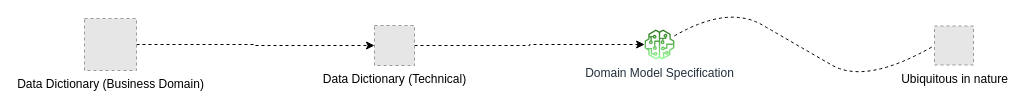
The draw.io diagram page "Domain Model Specification" (3 of 3) of domain-capabilities.drawio in amjathsharief/architecture, before the edit. Source tidied: cells renumbered, new cells numbered last; positions are measured from the earlier drawing's top-left corner, leaving out a move shared by most shapes. Both pictures are drawn from the tidied source at 100%, with x=0, y=0 at pixel (84, 18). Pictures stored in the file or linked from it are replaced by grey dashed boxes.
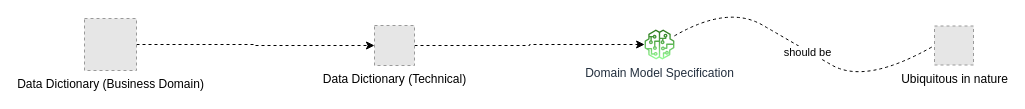
After the change.

Diff of the diagram source:
```diff
@@
 <mxGraphModel>
   <root>
     <mxCell id="0" />
     <mxCell id="1" parent="0" />
     <mxCell id="2" style="edgeStyle=isometricEdgeStyle;jettySize=auto;html=1;entryX=0;entryY=0.5;entryDx=0;entryDy=0;fontColor=#000000;dashed=1;startArrow=none;startFill=0;endArrow=none;endFill=0;curved=1;" parent="1" edge="1" source="3" target="8">
       <mxGeometry relative="1" as="geometry" />
     </mxCell>
+    <mxCell id="9" value="should be" style="edgeLabel;html=1;align=center;verticalAlign=middle;fontColor=#000000;" parent="2" vertex="1">
+      <mxGeometry x="0.02" y="-1" relative="1" as="geometry">
+        <mxPoint x="1" as="offset" />
+      </mxGeometry>
+    </mxCell>
     <mxCell id="3" value="Domain Model Specification" style="sketch=0;outlineConnect=0;fontColor=#232F3E;gradientColor=#99FF99;fillColor=#277116;strokeColor=none;dashed=0;verticalLabelPosition=bottom;verticalAlign=top;align=center;html=1;fontSize=12;fontStyle=0;shape=mxgraph.aws4.sagemaker_model;gradientDirection=south;" parent="1" vertex="1">
       <mxGeometry x="560" y="11" width="30" height="30" as="geometry" />
     </mxCell>
     <mxCell id="4" style="edgeStyle=orthogonalEdgeStyle;rounded=0;jettySize=auto;html=1;fontColor=#000000;dashed=1;" parent="1" edge="1" source="5" target="3">
       <mxGeometry relative="1" as="geometry" />
     </mxCell>
     <mxCell id="5" value="Data Dictionary (Technical)" style="fillColor=#E6E6E6;strokeColor=#999999;dashed=1;html=1;verticalAlign=top;verticalLabelPosition=bottom;labelBackgroundColor=#ffffff;fontColor=#000000;" parent="1" vertex="1">
       <mxGeometry x="290" y="7" width="40" height="40" as="geometry" />
     </mxCell>
     <mxCell id="6" style="edgeStyle=orthogonalEdgeStyle;rounded=0;jettySize=auto;html=1;entryX=0;entryY=0.5;entryDx=0;entryDy=0;fontColor=#000000;dashed=1;" parent="1" edge="1" source="7" target="5">
       <mxGeometry relative="1" as="geometry" />
     </mxCell>
     <mxCell id="7" value="Data Dictionary (Business Domain)" style="fillColor=#E6E6E6;strokeColor=#999999;dashed=1;html=1;verticalAlign=top;verticalLabelPosition=bottom;labelBackgroundColor=#ffffff;fontColor=#000000;" parent="1" vertex="1">
       <mxGeometry width="52" height="52" as="geometry" />
     </mxCell>
     <mxCell id="8" value="Ubiquitous in nature" style="fillColor=#E6E6E6;strokeColor=#999999;dashed=1;html=1;verticalAlign=top;verticalLabelPosition=bottom;labelBackgroundColor=#ffffff;fontColor=#000000;" parent="1" vertex="1">
       <mxGeometry x="850" y="7.5" width="39" height="39" as="geometry" />
     </mxCell>
   </root>
 </mxGraphModel>
```
